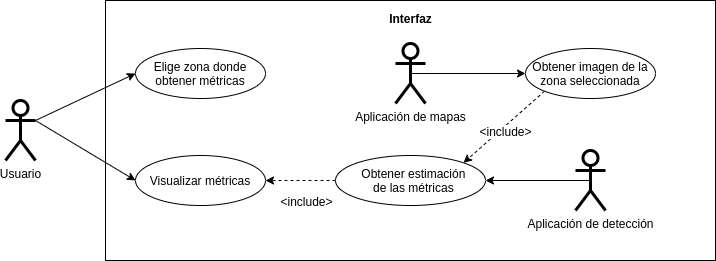
Above: docs/CasosUsoDetallada.png in dsilvalo28/AIVA-DAIA (draw.io), before the change. Source tidied: cells renumbered, new cells last; positions are measured from the earlier drawing's top-left corner, leaving out a move shared by most shapes. The source it was exported from:
```xml
<mxGraphModel background="#ffffff">
  <root>
    <mxCell id="0" />
    <mxCell id="1" parent="0" />
    <mxCell id="2" value="&lt;b&gt;Interfaz&lt;br&gt;&lt;br&gt;&lt;br&gt;&lt;br&gt;&lt;br&gt;&lt;br&gt;&lt;br&gt;&lt;br&gt;&lt;br&gt;&lt;br&gt;&lt;br&gt;&lt;br&gt;&lt;br&gt;&lt;br&gt;&lt;br&gt;&lt;br&gt;&lt;br&gt;&lt;/b&gt;" style="html=1;" parent="1" vertex="1">
      <mxGeometry x="100" width="610" height="260" as="geometry" />
    </mxCell>
    <mxCell id="3" style="rounded=0;jettySize=auto;html=1;entryX=0;entryY=0.5;entryDx=0;entryDy=0;exitX=1;exitY=0.3333333333333333;exitDx=0;exitDy=0;exitPerimeter=0;strokeWidth=1;" parent="1" edge="1" source="5" target="6">
      <mxGeometry relative="1" as="geometry" />
    </mxCell>
    <mxCell id="4" style="rounded=0;jettySize=auto;html=1;entryX=0;entryY=0.5;entryDx=0;entryDy=0;strokeColor=#000000;exitX=1;exitY=0.3333333333333333;exitDx=0;exitDy=0;exitPerimeter=0;strokeWidth=1;" parent="1" edge="1" source="5" target="11">
      <mxGeometry relative="1" as="geometry" />
    </mxCell>
    <mxCell id="5" value="Usuario" style="shape=umlActor;verticalLabelPosition=bottom;labelBackgroundColor=#ffffff;verticalAlign=top;html=1;strokeWidth=3;" parent="1" vertex="1">
      <mxGeometry y="100" width="30" height="60" as="geometry" />
    </mxCell>
    <mxCell id="6" value="Elige zona donde obtener métricas" style="ellipse;whiteSpace=wrap;html=1;" parent="1" vertex="1">
      <mxGeometry x="130" y="48" width="130" height="50" as="geometry" />
    </mxCell>
    <mxCell id="7" style="edgeStyle=none;rounded=0;jettySize=auto;html=1;exitX=0.5;exitY=0.5;exitDx=0;exitDy=0;exitPerimeter=0;entryX=0;entryY=0.5;entryDx=0;entryDy=0;strokeColor=#000000;strokeWidth=1;" parent="1" edge="1" source="8" target="14">
      <mxGeometry relative="1" as="geometry" />
    </mxCell>
    <mxCell id="8" value="Aplicación de mapas" style="shape=umlActor;verticalLabelPosition=bottom;labelBackgroundColor=#ffffff;verticalAlign=top;html=1;strokeWidth=3;" parent="1" vertex="1">
      <mxGeometry x="390" y="43" width="30" height="60" as="geometry" />
    </mxCell>
    <mxCell id="9" style="edgeStyle=none;rounded=0;jettySize=auto;html=1;exitX=0.5;exitY=0.5;exitDx=0;exitDy=0;exitPerimeter=0;entryX=1;entryY=0.5;entryDx=0;entryDy=0;strokeColor=#000000;strokeWidth=1;" parent="1" edge="1" source="10" target="17">
      <mxGeometry relative="1" as="geometry" />
    </mxCell>
    <mxCell id="10" value="Aplicación de detección" style="shape=umlActor;verticalLabelPosition=bottom;labelBackgroundColor=#ffffff;verticalAlign=top;html=1;strokeWidth=3;" parent="1" vertex="1">
      <mxGeometry x="570" y="150" width="30" height="60" as="geometry" />
    </mxCell>
    <mxCell id="11" value="Visualizar métricas" style="ellipse;whiteSpace=wrap;html=1;" parent="1" vertex="1">
      <mxGeometry x="130" y="155" width="130" height="50" as="geometry" />
    </mxCell>
    <mxCell id="12" style="edgeStyle=none;rounded=0;jettySize=auto;html=1;exitX=0;exitY=1;exitDx=0;exitDy=0;entryX=1;entryY=0;entryDx=0;entryDy=0;dashed=1;strokeColor=#000000;strokeWidth=1;" parent="1" edge="1" source="14" target="17">
      <mxGeometry relative="1" as="geometry" />
    </mxCell>
    <mxCell id="13" value="&amp;lt;include&amp;gt;" style="text;html=1;align=center;verticalAlign=middle;labelBackgroundColor=#ffffff;" parent="12" vertex="1">
      <mxGeometry x="0.29" y="2" relative="1" as="geometry">
        <mxPoint x="12.1" y="-8.6" as="offset" />
      </mxGeometry>
    </mxCell>
    <mxCell id="14" value="Obtener imagen de la zona seleccionada" style="ellipse;whiteSpace=wrap;html=1;" parent="1" vertex="1">
      <mxGeometry x="520" y="48" width="130" height="50" as="geometry" />
    </mxCell>
    <mxCell id="15" style="edgeStyle=none;rounded=0;jettySize=auto;html=1;entryX=1;entryY=0.5;entryDx=0;entryDy=0;dashed=1;strokeColor=#000000;strokeWidth=1;" parent="1" edge="1" source="17" target="11">
      <mxGeometry relative="1" as="geometry" />
    </mxCell>
    <mxCell id="16" value="&amp;lt;include&amp;gt;" style="text;html=1;align=center;verticalAlign=middle;labelBackgroundColor=#ffffff;" parent="15" vertex="1">
      <mxGeometry x="-0.49" relative="1" as="geometry">
        <mxPoint x="-12" y="20" as="offset" />
      </mxGeometry>
    </mxCell>
    <mxCell id="17" value="&amp;nbsp; &amp;nbsp; &amp;nbsp; &amp;nbsp;Obtener estimación&amp;nbsp; &amp;nbsp; &amp;nbsp; &amp;nbsp; de las métricas" style="ellipse;whiteSpace=wrap;html=1;" parent="1" vertex="1">
      <mxGeometry x="330" y="155" width="150" height="50" as="geometry" />
    </mxCell>
  </root>
</mxGraphModel>
```
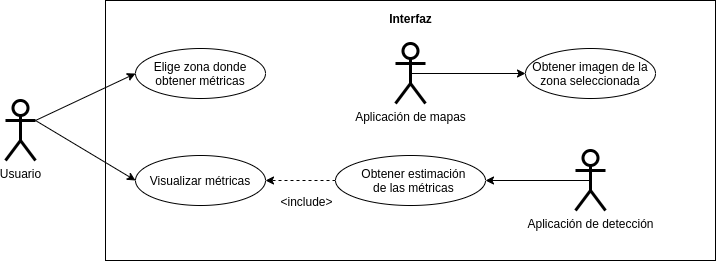
The same file after the commit.

Diff of the diagram source:
```diff
@@ -17,13 +17,13 @@
     <mxCell id="6" value="Elige zona donde obtener métricas" style="ellipse;whiteSpace=wrap;html=1;" parent="1" vertex="1">
       <mxGeometry x="130" y="48" width="130" height="50" as="geometry" />
     </mxCell>
-    <mxCell id="7" style="edgeStyle=none;rounded=0;jettySize=auto;html=1;exitX=0.5;exitY=0.5;exitDx=0;exitDy=0;exitPerimeter=0;entryX=0;entryY=0.5;entryDx=0;entryDy=0;strokeColor=#000000;strokeWidth=1;" parent="1" edge="1" source="8" target="14">
+    <mxCell id="7" style="edgeStyle=none;rounded=0;jettySize=auto;html=1;exitX=0.5;exitY=0.5;exitDx=0;exitDy=0;exitPerimeter=0;entryX=0;entryY=0.5;entryDx=0;entryDy=0;strokeColor=#000000;strokeWidth=1;" parent="1" edge="1" source="8" target="12">
       <mxGeometry relative="1" as="geometry" />
     </mxCell>
     <mxCell id="8" value="Aplicación de mapas" style="shape=umlActor;verticalLabelPosition=bottom;labelBackgroundColor=#ffffff;verticalAlign=top;html=1;strokeWidth=3;" parent="1" vertex="1">
       <mxGeometry x="390" y="43" width="30" height="60" as="geometry" />
     </mxCell>
-    <mxCell id="9" style="edgeStyle=none;rounded=0;jettySize=auto;html=1;exitX=0.5;exitY=0.5;exitDx=0;exitDy=0;exitPerimeter=0;entryX=1;entryY=0.5;entryDx=0;entryDy=0;strokeColor=#000000;strokeWidth=1;" parent="1" edge="1" source="10" target="17">
+    <mxCell id="9" style="edgeStyle=none;rounded=0;jettySize=auto;html=1;exitX=0.5;exitY=0.5;exitDx=0;exitDy=0;exitPerimeter=0;entryX=1;entryY=0.5;entryDx=0;entryDy=0;strokeColor=#000000;strokeWidth=1;" parent="1" edge="1" source="10" target="15">
       <mxGeometry relative="1" as="geometry" />
     </mxCell>
     <mxCell id="10" value="Aplicación de detección" style="shape=umlActor;verticalLabelPosition=bottom;labelBackgroundColor=#ffffff;verticalAlign=top;html=1;strokeWidth=3;" parent="1" vertex="1">
@@ -32,27 +32,19 @@
     <mxCell id="11" value="Visualizar métricas" style="ellipse;whiteSpace=wrap;html=1;" parent="1" vertex="1">
       <mxGeometry x="130" y="155" width="130" height="50" as="geometry" />
     </mxCell>
-    <mxCell id="12" style="edgeStyle=none;rounded=0;jettySize=auto;html=1;exitX=0;exitY=1;exitDx=0;exitDy=0;entryX=1;entryY=0;entryDx=0;entryDy=0;dashed=1;strokeColor=#000000;strokeWidth=1;" parent="1" edge="1" source="14" target="17">
-      <mxGeometry relative="1" as="geometry" />
+    <mxCell id="12" value="Obtener imagen de la zona seleccionada" style="ellipse;whiteSpace=wrap;html=1;" parent="1" vertex="1">
+      <mxGeometry x="520" y="48" width="130" height="50" as="geometry" />
     </mxCell>
-    <mxCell id="13" value="&amp;lt;include&amp;gt;" style="text;html=1;align=center;verticalAlign=middle;labelBackgroundColor=#ffffff;" parent="12" vertex="1">
-      <mxGeometry x="0.29" y="2" relative="1" as="geometry">
-        <mxPoint x="12.1" y="-8.6" as="offset" />
-      </mxGeometry>
+    <mxCell id="13" style="edgeStyle=none;rounded=0;jettySize=auto;html=1;entryX=1;entryY=0.5;entryDx=0;entryDy=0;dashed=1;strokeColor=#000000;strokeWidth=1;" parent="1" edge="1" source="15" target="11">
+      <mxGeometry relative="1" as="geometry" />
     </mxCell>
-    <mxCell id="14" value="Obtener imagen de la zona seleccionada" style="ellipse;whiteSpace=wrap;html=1;" parent="1" vertex="1">
-      <mxGeometry x="520" y="48" width="130" height="50" as="geometry" />
+    <mxCell id="14" value="&amp;lt;include&amp;gt;" style="text;html=1;align=center;verticalAlign=middle;points=[];labelBackgroundColor=#ffffff;" parent="13" vertex="1">
+      <mxGeometry x="-0.49" relative="1" as="geometry">
+        <mxPoint x="-12" y="20" as="offset" />
+      </mxGeometry>
     </mxCell>
-    <mxCell id="15" style="edgeStyle=none;rounded=0;jettySize=auto;html=1;entryX=1;entryY=0.5;entryDx=0;entryDy=0;dashed=1;strokeColor=#000000;strokeWidth=1;" parent="1" edge="1" source="17" target="11">
-      <mxGeometry relative="1" as="geometry" />
+    <mxCell id="15" value="&amp;nbsp; &amp;nbsp; &amp;nbsp; &amp;nbsp;Obtener estimación&amp;nbsp; &amp;nbsp; &amp;nbsp; &amp;nbsp; de las métricas" style="ellipse;whiteSpace=wrap;html=1;" parent="1" vertex="1">
+      <mxGeometry x="330" y="155" width="150" height="50" as="geometry" />
     </mxCell>
-    <mxCell id="16" value="&amp;lt;include&amp;gt;" style="text;html=1;align=center;verticalAlign=middle;labelBackgroundColor=#ffffff;" parent="15" vertex="1">
-      <mxGeometry x="-0.49" relative="1" as="geometry">
-        <mxPoint x="-12" y="20" as="offset" />
-      </mxGeometry>
-    </mxCell>
-    <mxCell id="17" value="&amp;nbsp; &amp;nbsp; &amp;nbsp; &amp;nbsp;Obtener estimación&amp;nbsp; &amp;nbsp; &amp;nbsp; &amp;nbsp; de las métricas" style="ellipse;whiteSpace=wrap;html=1;" parent="1" vertex="1">
-      <mxGeometry x="330" y="155" width="150" height="50" as="geometry" />
-    </mxCell>
   </root>
 </mxGraphModel>
```
